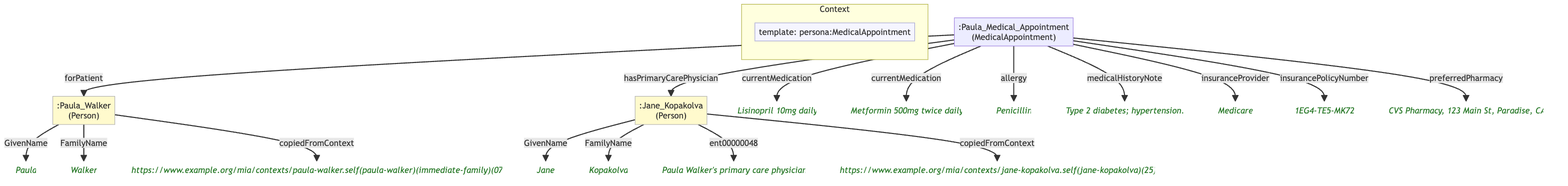
Above: example/contexts/images/context(alice-carol-about-mom)(health)(26).png in MeeFoundation/mia-ontologies (Mermaid), before the change. Its source is kept beside it as example/contexts/images/context(alice-carol-about-mom)(health)(26).mmd.
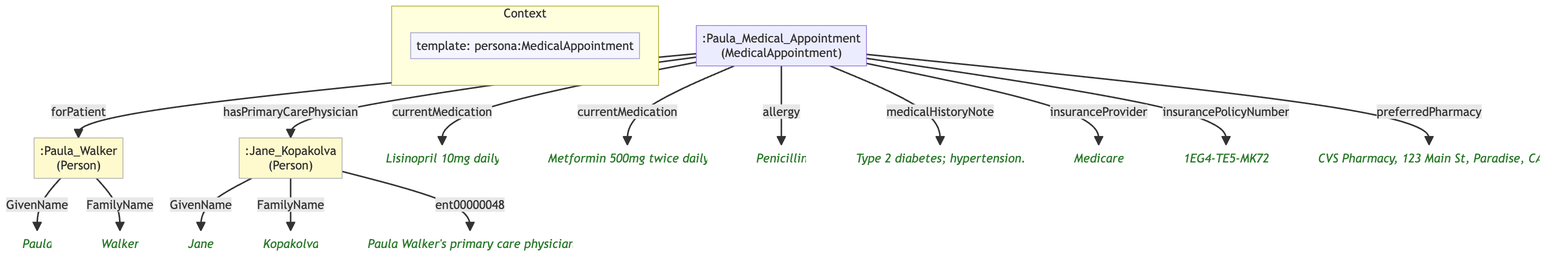
Later version of the same file.

The edit, as a diff of the source:
```diff
@@ -11,10 +11,9 @@
     end
 
     naf30988316a0[":Jane_Kopakolva\n(Person)"]:::person
-    naaa9d4c22ddf("Jane"):::lit
-    nff001e4f88c6("Kopakolva"):::lit
-    nbb5efde7e84c("Paula Walker's primary care physician"):::lit
-    nee24b79cc0b6("https://www.example.org/mia/contexts/jane-kopakolva.self(jane-kopakolva)(25)"):::lit
+    n22f2ce0990d0("Jane"):::lit
+    n3707161d548d("Kopakolva"):::lit
+    nac21d6f4dea0("Paula Walker's primary care physician"):::lit
     n9c0041903ee1[":Paula_Medical_Appointment\n(MedicalAppointment)"]
     nf4296ab13de4[":Paula_Walker\n(Person)"]:::person
     nd3d68245abd1("Lisinopril 10mg daily"):::lit
@@ -24,14 +23,12 @@
     nb048c127c644("Medicare"):::lit
     nd767c2e2c89d("1EG4-TE5-MK72"):::lit
     nfb1be0ec8e6d("CVS Pharmacy, 123 Main St, Paradise, CA"):::lit
-    n9225a2c49498("Paula"):::lit
-    n74ae70a7f31c("Walker"):::lit
-    n431bdc7d334e("https://www.example.org/mia/contexts/paula-walker.self(paula-walker)(immediate-family)(07)"):::lit
+    na4516adf7e4f("Paula"):::lit
+    nd622411f15b2("Walker"):::lit
 
-    naf30988316a0 -->|"GivenName"| naaa9d4c22ddf
-    naf30988316a0 -->|"FamilyName"| nff001e4f88c6
-    naf30988316a0 -->|"ent00000048"| nbb5efde7e84c
-    naf30988316a0 -->|"copiedFromContext"| nee24b79cc0b6
+    naf30988316a0 -->|"GivenName"| n22f2ce0990d0
+    naf30988316a0 -->|"FamilyName"| n3707161d548d
+    naf30988316a0 -->|"ent00000048"| nac21d6f4dea0
     n9c0041903ee1 -->|"forPatient"| nf4296ab13de4
     n9c0041903ee1 -->|"hasPrimaryCarePhysician"| naf30988316a0
     n9c0041903ee1 -->|"currentMedication"| nd3d68245abd1
@@ -41,6 +38,5 @@
     n9c0041903ee1 -->|"insuranceProvider"| nb048c127c644
     n9c0041903ee1 -->|"insurancePolicyNumber"| nd767c2e2c89d
     n9c0041903ee1 -->|"preferredPharmacy"| nfb1be0ec8e6d
-    nf4296ab13de4 -->|"GivenName"| n9225a2c49498
-    nf4296ab13de4 -->|"FamilyName"| n74ae70a7f31c
-    nf4296ab13de4 -->|"copiedFromContext"| n431bdc7d334e
+    nf4296ab13de4 -->|"GivenName"| na4516adf7e4f
+    nf4296ab13de4 -->|"FamilyName"| nd622411f15b2
```
